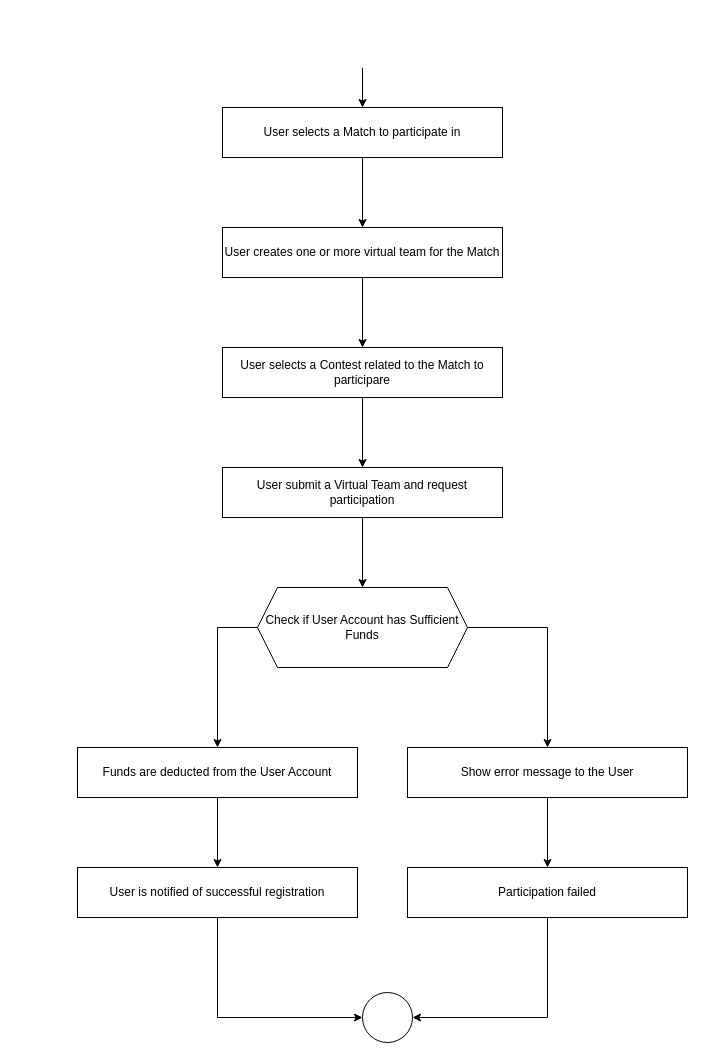
Before: dream11-activity.drawio in itspriyansh/system-design, a draw.io diagram. Source tidied: cells renumbered, new cells numbered last; positions are measured from the earlier drawing's top-left corner, leaving out a move shared by most shapes. Both pictures are drawn from the tidied source at 100%, with x=0, y=0 at pixel (77, 17).
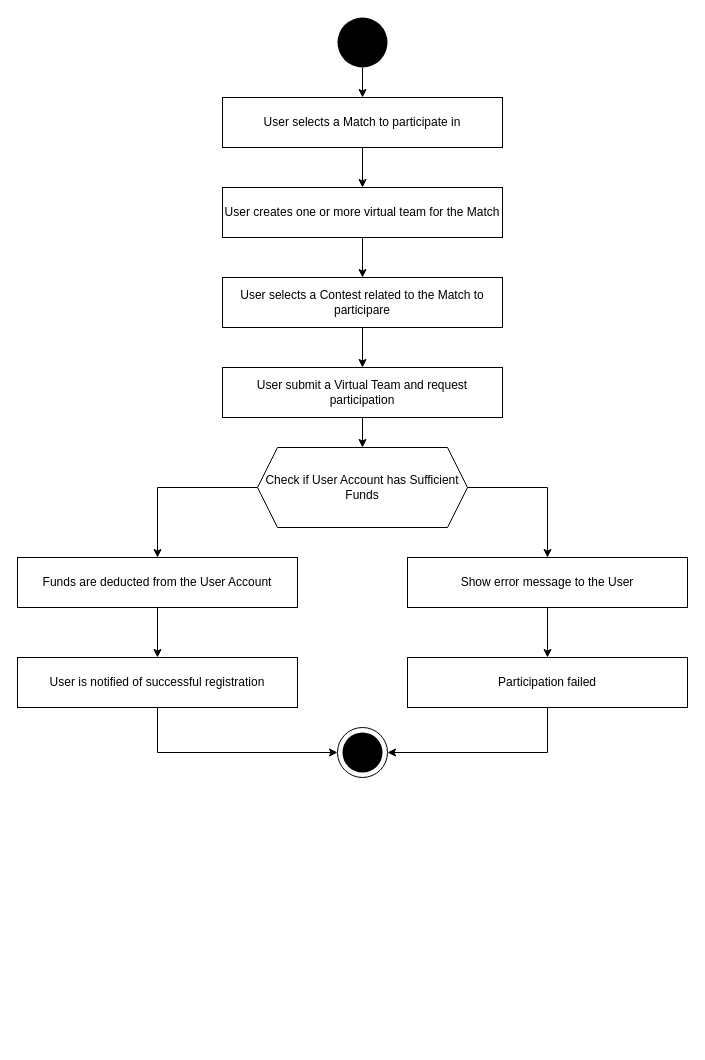
The same page after the edit.

What changed in the source:
```diff
@@
-    <mxCell id="3" style="ellipse;whiteSpace=wrap;html=1;strokeColor=none;fillColor=light-dark(#FFFFFF,#FFFFFF);" parent="1" vertex="1">
+    <mxCell id="3" style="ellipse;whiteSpace=wrap;html=1;strokeColor=none;fillColor=#000000;" parent="1" vertex="1">
       <mxGeometry x="260" width="50" height="50" as="geometry" />
     </mxCell>
@@
     <mxCell id="5" value="User selects a Match to participate in" style="html=1;dashed=0;whiteSpace=wrap;fillColor=none;" parent="1" vertex="1">
-      <mxGeometry x="145" y="90" width="280" height="50" as="geometry" />
+      <mxGeometry x="145" y="80" width="280" height="50" as="geometry" />
     </mxCell>
@@
     <mxCell id="7" value="User creates one or more virtual team for the Match" style="html=1;dashed=0;whiteSpace=wrap;fillColor=none;" parent="1" vertex="1">
-      <mxGeometry x="145" y="210" width="280" height="50" as="geometry" />
+      <mxGeometry x="145" y="170" width="280" height="50" as="geometry" />
     </mxCell>
@@
     <mxCell id="9" value="User selects a Contest related to the Match to participare" style="html=1;dashed=0;whiteSpace=wrap;fillColor=none;" parent="1" vertex="1">
-      <mxGeometry x="145" y="330" width="280" height="50" as="geometry" />
+      <mxGeometry x="145" y="260" width="280" height="50" as="geometry" />
     </mxCell>
@@
     <mxCell id="11" value="User submit a Virtual Team and request participation" style="html=1;dashed=0;whiteSpace=wrap;fillColor=none;" parent="1" vertex="1">
-      <mxGeometry x="145" y="450" width="280" height="50" as="geometry" />
+      <mxGeometry x="145" y="350" width="280" height="50" as="geometry" />
     </mxCell>
@@
     <mxCell id="13" value="Check if User Account has Sufficient Funds" style="shape=hexagon;perimeter=hexagonPerimeter2;whiteSpace=wrap;html=1;fixedSize=1;fillColor=none;" parent="1" vertex="1">
-      <mxGeometry x="180" y="570" width="210" height="80" as="geometry" />
+      <mxGeometry x="180" y="430" width="210" height="80" as="geometry" />
     </mxCell>
@@
     <mxCell id="15" value="Funds are deducted from the User Account" style="html=1;dashed=0;whiteSpace=wrap;fillColor=none;" parent="1" vertex="1">
-      <mxGeometry y="730" width="280" height="50" as="geometry" />
+      <mxGeometry x="-60" y="540" width="280" height="50" as="geometry" />
     </mxCell>
@@
     <mxCell id="17" value="User is notified of successful registration" style="html=1;dashed=0;whiteSpace=wrap;fillColor=none;" parent="1" vertex="1">
-      <mxGeometry y="850" width="280" height="50" as="geometry" />
+      <mxGeometry x="-60" y="640" width="280" height="50" as="geometry" />
     </mxCell>
@@
     <mxCell id="19" value="Show error message to the User" style="html=1;dashed=0;whiteSpace=wrap;fillColor=none;" parent="1" vertex="1">
-      <mxGeometry x="330" y="730" width="280" height="50" as="geometry" />
+      <mxGeometry x="330" y="540" width="280" height="50" as="geometry" />
     </mxCell>
     <mxCell id="20" style="edgeStyle=orthogonalEdgeStyle;rounded=0;jettySize=auto;html=1;entryX=1;entryY=0.5;entryDx=0;entryDy=0;" parent="1" edge="1" source="21" target="25">
-      <mxGeometry relative="1" as="geometry" />
+      <mxGeometry relative="1" as="geometry">
+        <Array as="points">
+          <mxPoint x="470" y="735" />
+        </Array>
+      </mxGeometry>
     </mxCell>
     <mxCell id="21" value="Participation failed" style="html=1;dashed=0;whiteSpace=wrap;fillColor=none;" parent="1" vertex="1">
-      <mxGeometry x="330" y="850" width="280" height="50" as="geometry" />
+      <mxGeometry x="330" y="640" width="280" height="50" as="geometry" />
     </mxCell>
     <mxCell id="22" style="edgeStyle=orthogonalEdgeStyle;rounded=0;jettySize=auto;html=1;entryX=0.5;entryY=0;entryDx=0;entryDy=0;" parent="1" edge="1" source="13" target="15">
       <mxGeometry relative="1" as="geometry">
         <Array as="points">
-          <mxPoint x="140" y="610" />
+          <mxPoint x="80" y="470" />
         </Array>
       </mxGeometry>
     </mxCell>
-    <mxCell id="23" style="group;" parent="1" vertex="1">
-      <mxGeometry x="285" y="975" width="50" height="50" as="geometry" />
-    </mxCell>
+    <mxCell id="26" style="group;" parent="1" vertex="1">
+      <mxGeometry x="260" y="710" width="50" height="50" as="geometry" />
+    </mxCell>
-    <mxCell id="24" style="ellipse;whiteSpace=wrap;html=1;strokeColor=none;fillColor=light-dark(#FFFFFF,#FFFFFF);" parent="23" vertex="1">
+    <mxCell id="24" style="ellipse;whiteSpace=wrap;html=1;strokeColor=none;fillColor=#000000;" parent="26" vertex="1">
       <mxGeometry x="5" y="5" width="40" height="40" as="geometry" />
     </mxCell>
-    <mxCell id="25" style="ellipse;whiteSpace=wrap;html=1;strokeColor=default;fillColor=none;" parent="23" vertex="1">
+    <mxCell id="25" style="ellipse;whiteSpace=wrap;html=1;strokeColor=default;fillColor=none;" parent="26" vertex="1">
       <mxGeometry width="50" height="50" as="geometry" />
     </mxCell>
```
